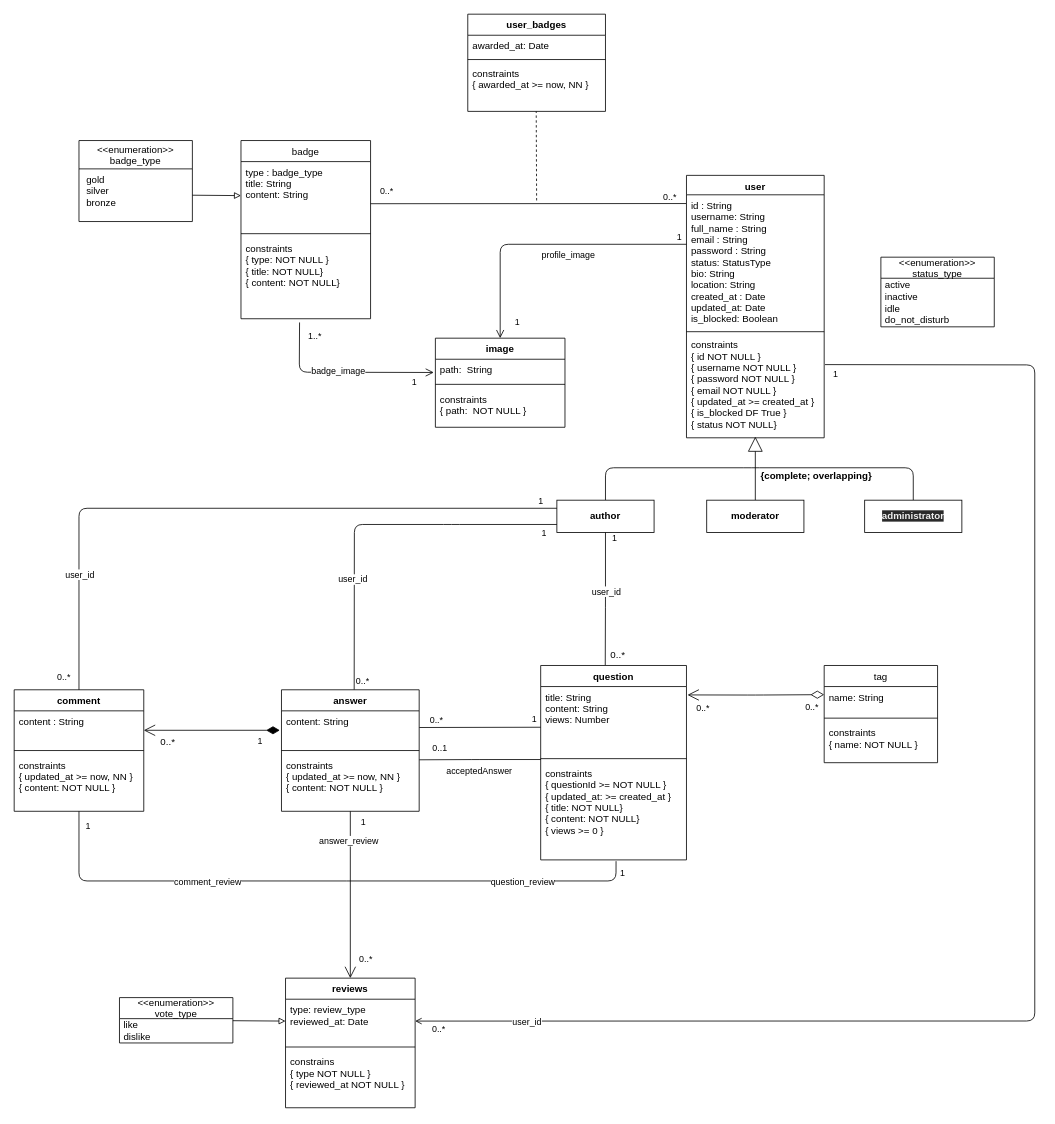
This is datamodel/datamodel.drawio from FabioMiguel2000/iNeedHelp, a draw.io file, before an edit. Source tidied: cells renumbered, new cells numbered last; positions are measured from the earlier drawing's top-left corner, leaving out a move shared by most shapes. Both pictures are drawn from the tidied source at 81%, with x=0, y=0 at pixel (14, 14).
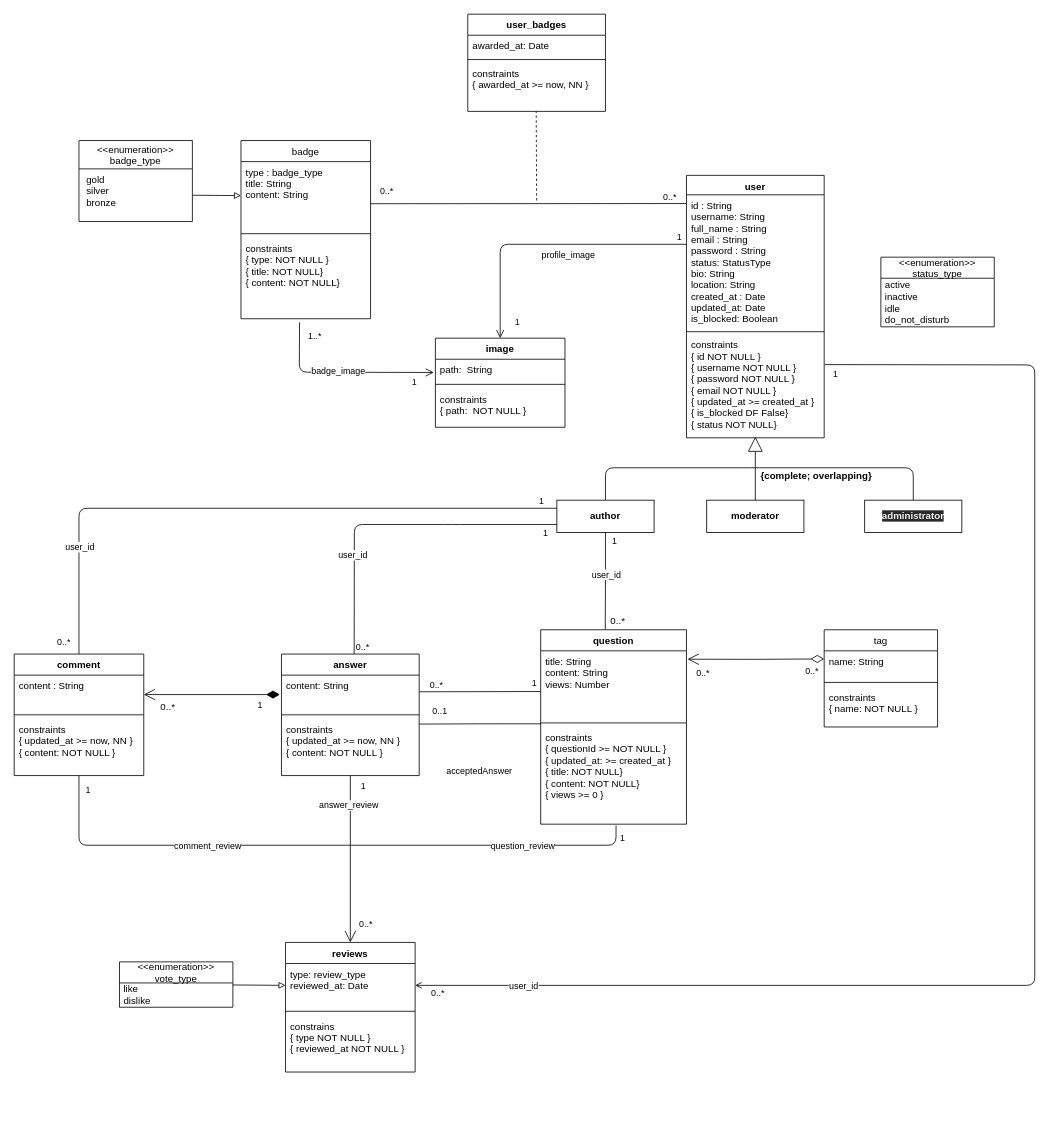
The same page after the edit.

Commit message:
fixed small mistake on datamodel (isblocked DF False)

The change refers to these unchanged cells:
```xml
<mxCell id="2" value="user" style="swimlane;fontStyle=1;align=center;verticalAlign=top;horizontal=1;startSize=24;" parent="1" vertex="1">
  <mxGeometry x="830" y="199" width="170" height="324" as="geometry" />
</mxCell>
<mxCell id="32" value="title: String&#10;content: String&#10;views: Number" style="text;strokeColor=none;fillColor=none;align=left;verticalAlign=top;spacingLeft=4;spacingRight=4;overflow=hidden;points=[[0,0.5],[1,0.5]];portConstraint=eastwest;" parent="31" vertex="1">
  <mxGeometry y="26" width="180" height="84" as="geometry" />
</mxCell>
<mxCell id="34" value="constraints&#10;{ questionId &gt;= NOT NULL }&#10;{ updated_at: &gt;= created_at }&#10;{ title: NOT NULL}&#10;{ content: NOT NULL}&#10;{ views &gt;= 0 }" style="text;strokeColor=none;fillColor=none;align=left;verticalAlign=top;spacingLeft=4;spacingRight=4;overflow=hidden;points=[[0,0.5],[1,0.5]];portConstraint=eastwest;" parent="31" vertex="1">
  <mxGeometry y="120" width="180" height="120" as="geometry" />
</mxCell>
<mxCell id="40" value="type: review_type&#10;reviewed_at: Date" style="text;strokeColor=none;fillColor=none;align=left;verticalAlign=top;spacingLeft=4;spacingRight=4;overflow=hidden;points=[[0,0.5],[1,0.5]];portConstraint=eastwest;" parent="39" vertex="1">
  <mxGeometry y="26" width="160" height="54" as="geometry" />
</mxCell>
<mxCell id="48" style="endArrow=none;html=1;edgeStyle=orthogonalEdgeStyle;exitX=0.5;exitY=1;exitDx=0;exitDy=0;entryX=0.443;entryY=-0.002;entryDx=0;entryDy=0;entryPerimeter=0;" parent="1" edge="1" source="24" target="31">
  <mxGeometry relative="1" as="geometry" />
</mxCell>
```

Diff of the diagram source:
```diff
@@
-    <mxCell id="5" value="constraints&#10;{ id NOT NULL }&#10;{ username NOT NULL }&#10;{ password NOT NULL }&#10;{ email NOT NULL }&#10;{ updated_at &gt;= created_at }&#10;{ is_blocked DF True }&#10;{ status NOT NULL}&#10;" style="text;strokeColor=none;fillColor=none;align=left;verticalAlign=top;spacingLeft=4;spacingRight=4;overflow=hidden;points=[[0,0.5],[1,0.5]];portConstraint=eastwest;" parent="2" vertex="1">
+    <mxCell id="5" value="constraints&#10;{ id NOT NULL }&#10;{ username NOT NULL }&#10;{ password NOT NULL }&#10;{ email NOT NULL }&#10;{ updated_at &gt;= created_at }&#10;{ is_blocked DF False}&#10;{ status NOT NULL}&#10;" style="text;strokeColor=none;fillColor=none;align=left;verticalAlign=top;spacingLeft=4;spacingRight=4;overflow=hidden;points=[[0,0.5],[1,0.5]];portConstraint=eastwest;" parent="2" vertex="1">
       <mxGeometry y="196" width="170" height="128" as="geometry" />
     </mxCell>
@@
     <mxCell id="27" value="tag" style="swimlane;fontStyle=0;horizontal=1;startSize=26;" parent="1" vertex="1">
-      <mxGeometry x="1000" y="804.1" width="140" height="120" as="geometry" />
+      <mxGeometry x="1000" y="760" width="140" height="120" as="geometry" />
     </mxCell>
@@
     <mxCell id="31" value="question" style="swimlane;fontStyle=1;align=center;verticalAlign=top;horizontal=1;startSize=26;" parent="1" vertex="1">
-      <mxGeometry x="650" y="804.1" width="180" height="240" as="geometry" />
+      <mxGeometry x="650" y="760" width="180" height="240" as="geometry" />
     </mxCell>
@@
     <mxCell id="35" value="comment" style="swimlane;fontStyle=1;align=center;verticalAlign=top;horizontal=1;startSize=26;" parent="1" vertex="1">
-      <mxGeometry y="834.1" width="160" height="150" as="geometry" />
+      <mxGeometry y="790" width="160" height="150" as="geometry" />
     </mxCell>
@@
     <mxCell id="39" value="reviews" style="swimlane;fontStyle=1;align=center;verticalAlign=top;horizontal=1;startSize=26;" parent="1" vertex="1">
-      <mxGeometry x="335" y="1190.1" width="160" height="160" as="geometry" />
+      <mxGeometry x="335" y="1146" width="160" height="160" as="geometry" />
     </mxCell>
@@
     <mxCell id="43" value="0..*" style="text;html=1;strokeColor=none;fillColor=none;align=center;verticalAlign=middle;whiteSpace=wrap;rounded=0;" parent="1" vertex="1">
-      <mxGeometry x="170" y="888.8" width="40" height="19.8" as="geometry" />
+      <mxGeometry x="170" y="844.6" width="40" height="19.8" as="geometry" />
     </mxCell>
@@
     <mxCell id="50" value="1" style="edgeLabel;html=1;align=center;verticalAlign=middle;" parent="48" vertex="1">
       <mxGeometry x="-0.93" relative="1" as="geometry">
-        <mxPoint x="10" as="offset" />
+        <mxPoint x="10" y="6" as="offset" />
       </mxGeometry>
     </mxCell>
@@
     <mxCell id="55" value="0..*" style="endArrow=open;html=1;endSize=12;startArrow=diamondThin;startSize=14;startFill=0;edgeStyle=orthogonalEdgeStyle;align=left;verticalAlign=bottom;entryX=1.007;entryY=0.123;entryDx=0;entryDy=0;entryPerimeter=0;" parent="1" edge="1" target="32">
       <mxGeometry x="-0.7" y="24" relative="1" as="geometry">
-        <mxPoint x="1000" y="840.1" as="sourcePoint" />
+        <mxPoint x="1000" y="796" as="sourcePoint" />
       </mxGeometry>
     </mxCell>
     <mxCell id="56" value="0..*" style="edgeLabel;html=1;align=right;verticalAlign=bottom;" parent="1" vertex="1">
-      <mxGeometry x="830" y="1028.4" as="geometry">
+      <mxGeometry x="830" y="984.3" as="geometry">
         <mxPoint x="29" y="-163" as="offset" />
       </mxGeometry>
     </mxCell>
     <mxCell id="57" value="1" style="endArrow=open;html=1;endSize=12;startArrow=diamondThin;startSize=14;startFill=1;edgeStyle=orthogonalEdgeStyle;align=left;verticalAlign=bottom;" parent="1" edge="1">
       <mxGeometry x="-0.66" y="22" relative="1" as="geometry">
-        <mxPoint x="328" y="884.1" as="sourcePoint" />
-        <mxPoint x="160" y="884.1" as="targetPoint" />
+        <mxPoint x="328" y="840" as="sourcePoint" />
+        <mxPoint x="160" y="840" as="targetPoint" />
       </mxGeometry>
     </mxCell>
@@
     <mxCell id="62" value="answer" style="swimlane;fontStyle=1;align=center;verticalAlign=top;horizontal=1;startSize=26;" parent="1" vertex="1">
-      <mxGeometry x="330" y="834.1" width="170" height="150" as="geometry" />
+      <mxGeometry x="330" y="790" width="170" height="150" as="geometry" />
     </mxCell>
@@
     <mxCell id="69" value="0..*" style="edgeLabel;html=1;align=right;verticalAlign=bottom;" parent="1" vertex="1">
-      <mxGeometry x="160" y="830.1" as="geometry">
+      <mxGeometry x="160" y="786" as="geometry">
         <mxPoint x="-90" y="-3" as="offset" />
       </mxGeometry>
     </mxCell>
@@
     <mxCell id="72" style="endArrow=none;html=1;entryX=0.5;entryY=1;entryDx=0;entryDy=0;" parent="1" edge="1" target="35">
       <mxGeometry relative="1" as="geometry">
-        <mxPoint x="410" y="1070.1" as="sourcePoint" />
+        <mxPoint x="410" y="1026" as="sourcePoint" />
         <Array as="points">
-          <mxPoint x="410" y="1070.1" />
-          <mxPoint x="80" y="1070.1" />
+          <mxPoint x="410" y="1026" />
+          <mxPoint x="80" y="1026" />
         </Array>
       </mxGeometry>
     </mxCell>
@@
     <mxCell id="79" style="endArrow=none;html=1;rounded=1;entryX=0.517;entryY=1.013;entryDx=0;entryDy=0;entryPerimeter=0;" parent="1" edge="1" target="34">
       <mxGeometry relative="1" as="geometry">
-        <mxPoint x="410" y="1070.1" as="sourcePoint" />
+        <mxPoint x="410" y="1026" as="sourcePoint" />
         <Array as="points">
-          <mxPoint x="660" y="1070.1" />
-          <mxPoint x="743" y="1070.1" />
+          <mxPoint x="660" y="1026" />
+          <mxPoint x="743" y="1026" />
         </Array>
       </mxGeometry>
     </mxCell>
@@
     <mxCell id="84" value="0..*" style="edgeLabel;html=1;align=right;verticalAlign=bottom;" parent="1" vertex="1">
-      <mxGeometry x="530" y="880.1" as="geometry" />
+      <mxGeometry x="530" y="836" as="geometry" />
     </mxCell>
@@
     <mxCell id="90" style="endArrow=open;html=1;exitX=1.006;exitY=0.294;exitDx=0;exitDy=0;exitPerimeter=0;entryX=1;entryY=0.5;entryDx=0;entryDy=0;endFill=0;" parent="1" edge="1" source="5" target="40">
       <mxGeometry relative="1" as="geometry">
         <Array as="points">
           <mxPoint x="1260" y="433" />
-          <mxPoint x="1260" y="1243" />
+          <mxPoint x="1260" y="1199" />
         </Array>
       </mxGeometry>
     </mxCell>
@@
     <mxCell id="95" value="&lt;&lt;enumeration&gt;&gt;&#10;vote_type" style="swimlane;fontStyle=0;horizontal=1;startSize=26;" parent="1" vertex="1">
-      <mxGeometry x="130" y="1214.1" width="140" height="56" as="geometry" />
+      <mxGeometry x="130" y="1170" width="140" height="56" as="geometry" />
     </mxCell>
```
